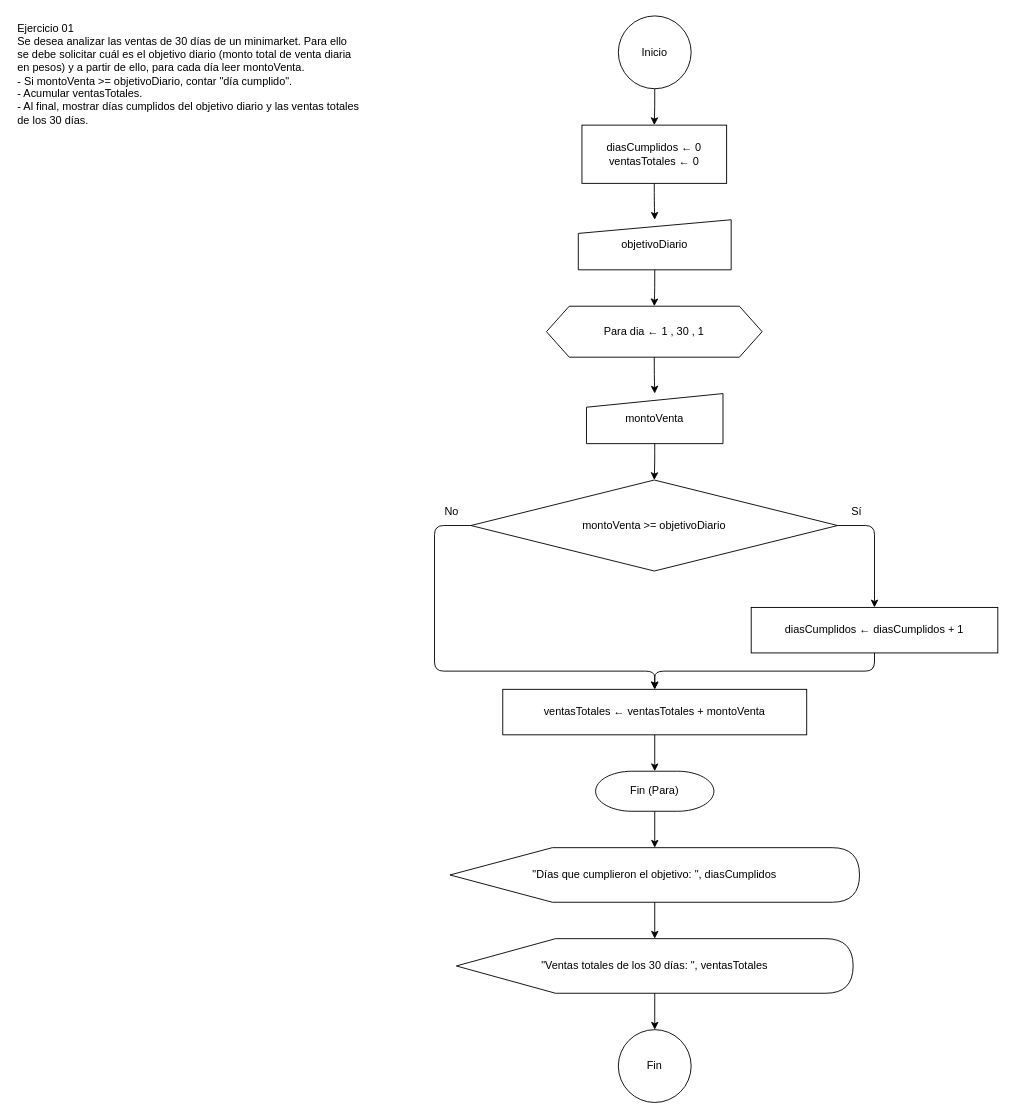
The draw.io diagram DATOS Y ALGORITMOS/Practica/Parcial_1/Ejercicio_01/diagrama.drawio in gonzalogiolitti/facultad-tcd, before the edit. Source tidied: cells renumbered, new cells numbered last; positions are measured from the earlier drawing's top-left corner, leaving out a move shared by most shapes. Both pictures are drawn from the tidied source at 91%, with x=0, y=0 at pixel (15, 15).
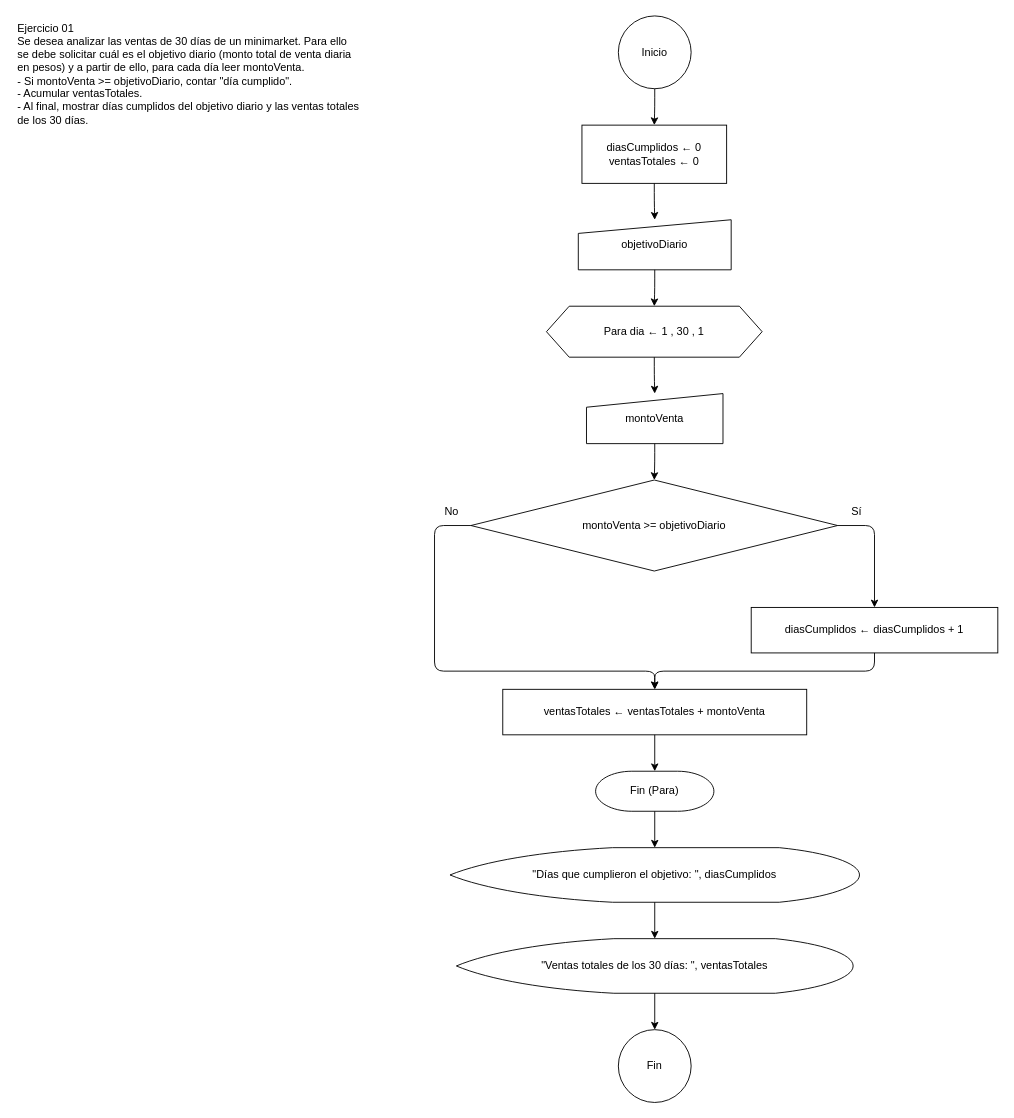
The same page after the edit.

What changed in the source:
```diff
@@
-    <mxCell id="14" value="&quot;Días que cumplieron el objetivo: &quot;, diasCumplidos" style="shape=display;whiteSpace=wrap;html=1;" parent="1" vertex="1">
+    <mxCell id="14" value="&quot;Días que cumplieron el objetivo: &quot;, diasCumplidos" style="strokeWidth=1;html=1;shape=mxgraph.flowchart.display;whiteSpace=wrap;" parent="1" vertex="1">
       <mxGeometry x="477" y="914" width="450" height="60" as="geometry" />
     </mxCell>
-    <mxCell id="15" value="&quot;Ventas totales de los 30 días: &quot;, ventasTotales" style="shape=display;whiteSpace=wrap;html=1;" parent="1" vertex="1">
+    <mxCell id="15" value="&quot;Ventas totales de los 30 días: &quot;, ventasTotales" style="strokeWidth=1;html=1;shape=mxgraph.flowchart.display;whiteSpace=wrap;" parent="1" vertex="1">
       <mxGeometry x="484" y="1014" width="436" height="60" as="geometry" />
     </mxCell>
```
